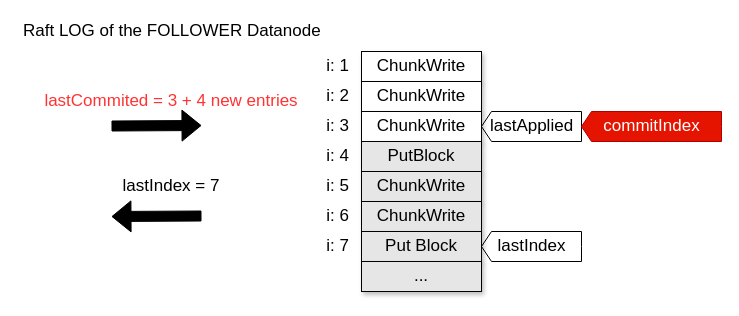
This is page "raft2-follower" (22 of 31) of ozone.drawio from elek/ozone-videos, a draw.io file, before an edit. Source tidied: cells renumbered, new cells numbered last; positions are measured from the earlier drawing's top-left corner, leaving out a move shared by most shapes. Both pictures are drawn from the tidied source at 100%, with x=0, y=0 at pixel (21, 21).
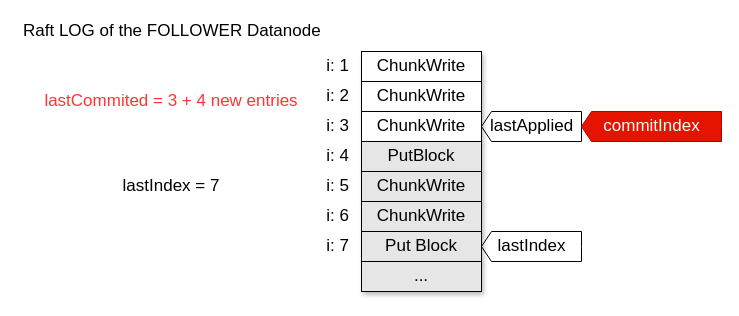
After the change.

The edit, as a diff of the source:
```diff
@@
-    <mxCell id="19" style="shape=flexArrow;endArrow=classic;html=1;strokeColor=#000000;fillColor=#000000;fontColor=#000000;" parent="1" edge="1">
-      <mxGeometry relative="1" as="geometry">
-        <mxPoint x="90" y="104.5" as="sourcePoint" />
-        <mxPoint x="180" y="104" as="targetPoint" />
-      </mxGeometry>
-    </mxCell>
-    <mxCell id="20" style="shape=flexArrow;endArrow=classic;html=1;strokeColor=#000000;fillColor=#000000;fontColor=#000000;" parent="1" edge="1">
-      <mxGeometry relative="1" as="geometry">
-        <mxPoint x="180" y="194.5" as="sourcePoint" />
-        <mxPoint x="90" y="195" as="targetPoint" />
-      </mxGeometry>
-    </mxCell>
```
